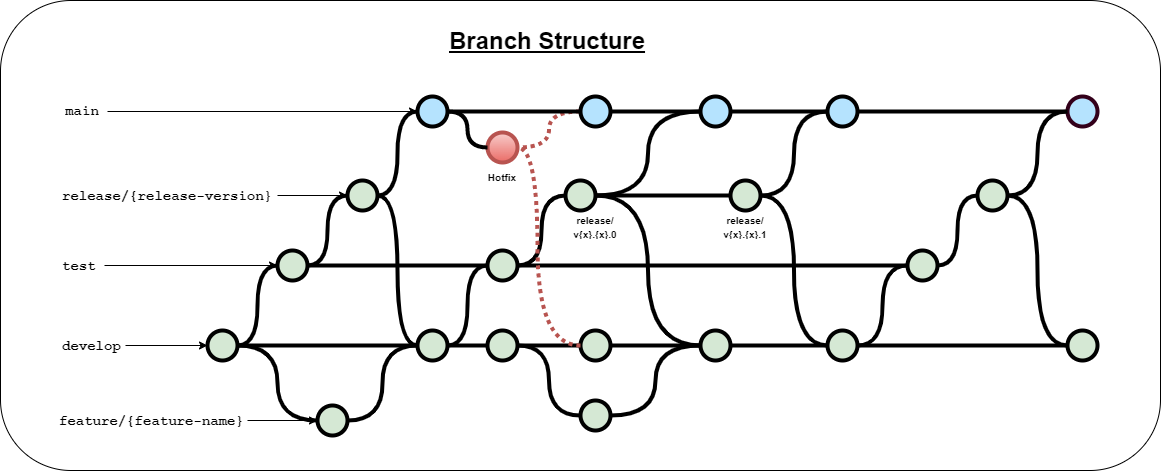
Above: readme-assets/git-model.png in geektechniquestudios/ChessWager (draw.io), before the change. Source tidied: cells renumbered, new cells last; positions are measured from the earlier drawing's top-left corner, leaving out a move shared by most shapes.
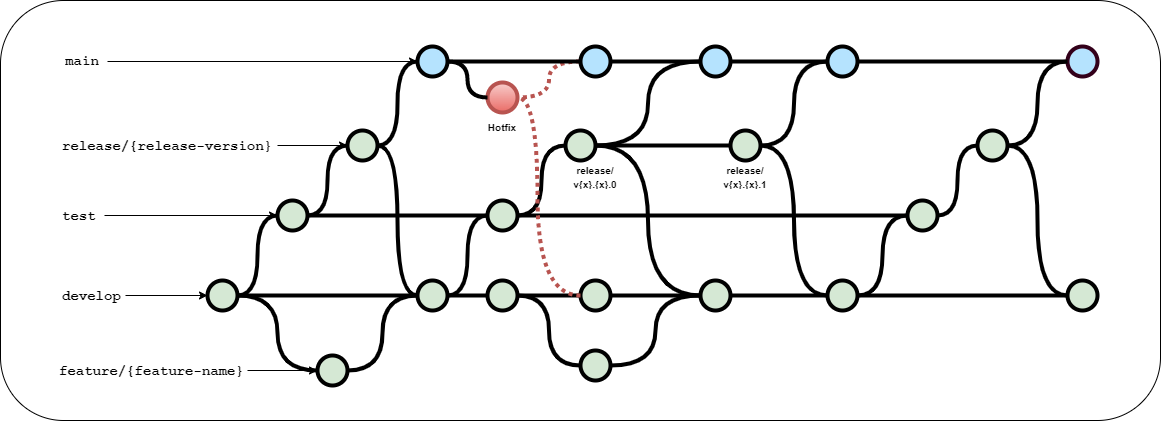
Above is the later version.

Diff of the diagram source:
```diff
@@ -3,7 +3,7 @@
     <mxCell id="0" />
     <mxCell id="1" parent="0" />
     <mxCell id="2" style="rounded=1;whiteSpace=wrap;html=1;fontSize=10;glass=0;" parent="1" vertex="1">
-      <mxGeometry width="1160" height="470" as="geometry" />
+      <mxGeometry y="50" width="1160" height="420" as="geometry" />
     </mxCell>
     <mxCell id="3" value="&lt;font style=&quot;font-size: 10px&quot;&gt;&lt;b&gt;Hotfix&lt;/b&gt;&lt;/font&gt;" style="text;html=1;strokeColor=none;fillColor=none;align=center;verticalAlign=middle;whiteSpace=wrap;overflow=hidden;" parent="1" vertex="1">
       <mxGeometry x="462" y="162" width="80" height="30" as="geometry" />
@@ -77,9 +77,6 @@
     <mxCell id="26" style="verticalLabelPosition=bottom;verticalAlign=top;html=1;strokeWidth=4;shape=mxgraph.flowchart.on-page_reference;plain-purple;gradientColor=none;strokeColor=#000000;fillColor=#D5E8D4;" parent="1" vertex="1">
       <mxGeometry x="907" y="250" width="30" height="30" as="geometry" />
     </mxCell>
-    <mxCell id="27" value="&lt;u&gt;&lt;font style=&quot;font-size: 24px&quot;&gt;Branch Structure&lt;/font&gt;&lt;/u&gt;" style="text;whiteSpace=wrap;html=1;fontStyle=1;fontSize=16;" parent="1" vertex="1">
-      <mxGeometry x="447" y="20" width="203" height="60" as="geometry" />
-    </mxCell>
     <mxCell id="28" style="verticalLabelPosition=bottom;verticalAlign=top;html=1;strokeWidth=4;shape=mxgraph.flowchart.on-page_reference;plain-blue;gradientColor=#EA6B66;strokeColor=#B85450;fillColor=#F8CECC;" parent="1" vertex="1">
       <mxGeometry x="487" y="132" width="30" height="30" as="geometry" />
     </mxCell>
```
